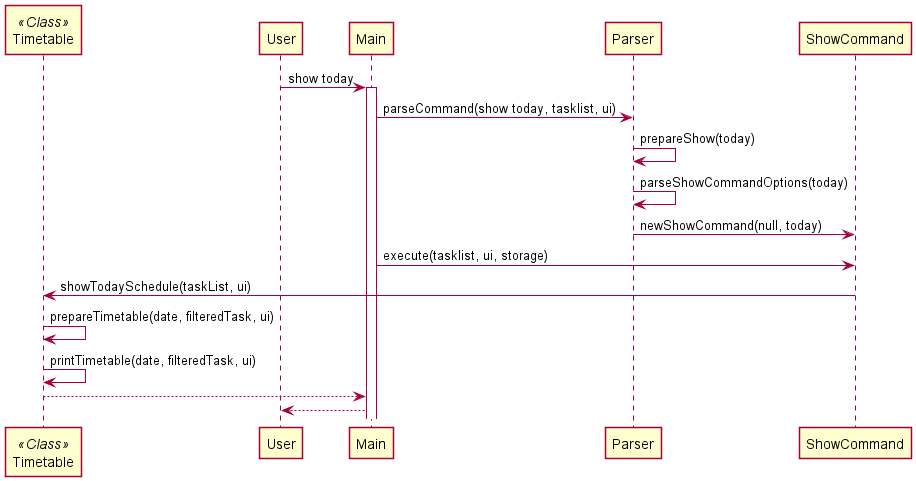
The PlantUML diagram docs/images/Timetable_SequenceDiagram_ShowToday.png in nus-cs2113-AY2122S2/tp, before a commit. Source of this version:
```plantuml
@startuml

skinparam Shadowing false
participant "Timetable" as Timetable <<Class>>

User -> Main: show today
activate Main
Main -> Parser: parseCommand(show today, tasklist, ui)
Parser -> Parser: prepareShow(today)
Parser -> Parser: parseShowCommandOptions(today)
Parser -> ShowCommand: newShowCommand(null, today)
Main -> ShowCommand: execute(tasklist, ui, storage)
ShowCommand -> Timetable: showTodaySchedule(taskList, ui)
Timetable -> Timetable: prepareTimetable(date, filteredTask, ui)
Timetable -> Timetable: printTimetable(date, filteredTask, ui)
Timetable --> Main
Main --> User

@enduml
```
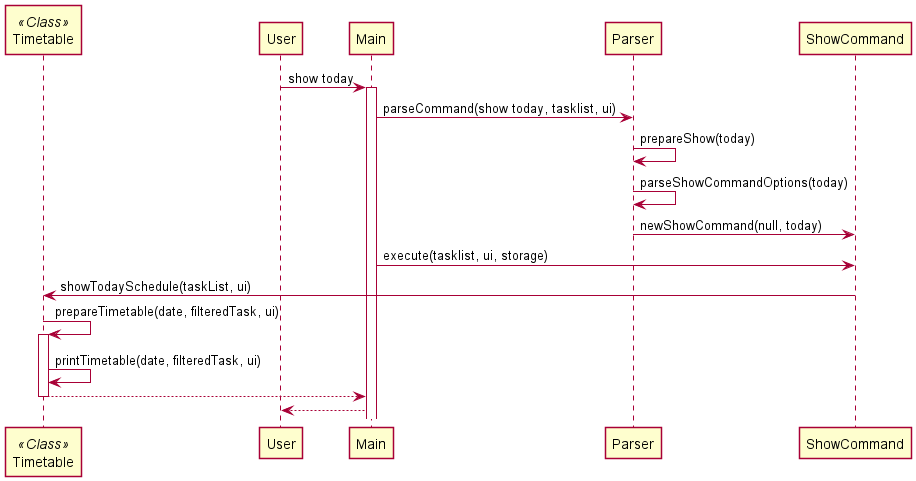
Above is the later version.

Commit message:
Update sequence diagram picture

Diff of the diagram source:
```diff
@@ -12,8 +12,10 @@
 Main -> ShowCommand: execute(tasklist, ui, storage)
 ShowCommand -> Timetable: showTodaySchedule(taskList, ui)
 Timetable -> Timetable: prepareTimetable(date, filteredTask, ui)
+activate Timetable
 Timetable -> Timetable: printTimetable(date, filteredTask, ui)
 Timetable --> Main
+deactivate Timetable
 Main --> User
 
 @enduml
```
